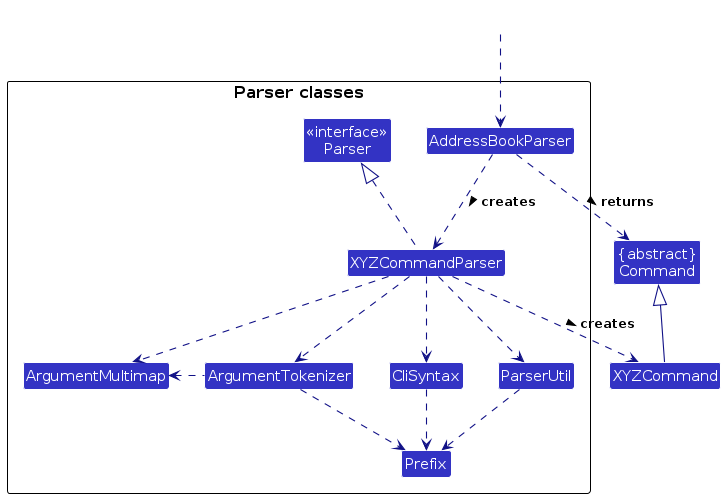
Earlier version of the PlantUML export diagrams/ParserClasses.png (RoeReRe/tp). Its source is kept beside it as diagrams/ParserClasses.puml. Its diagram source:
```plantuml
@startuml
!include style.puml
skinparam arrowThickness 1.1
skinparam arrowColor LOGIC_COLOR_T4
skinparam classBackgroundColor LOGIC_COLOR

Class "{abstract}\nCommand" as Command
Class XYZCommand

package "Parser classes"{
Class "<<interface>>\nParser" as Parser
Class AddressBookParser
Class XYZCommandParser
Class CliSyntax
Class ParserUtil
Class ArgumentMultimap
Class ArgumentTokenizer
Class Prefix
}

Class HiddenOutside #FFFFFF
HiddenOutside ..> AddressBookParser

AddressBookParser .down.> XYZCommandParser: creates >

XYZCommandParser ..> XYZCommand : creates >
AddressBookParser ..> Command : returns >
XYZCommandParser .up.|> Parser
XYZCommandParser ..> ArgumentMultimap
XYZCommandParser ..> ArgumentTokenizer
ArgumentTokenizer .left.> ArgumentMultimap
XYZCommandParser ..> CliSyntax
CliSyntax ..> Prefix
XYZCommandParser ..> ParserUtil
ParserUtil .down.> Prefix
ArgumentTokenizer .down.> Prefix
XYZCommand -up-|> Command
@enduml
```
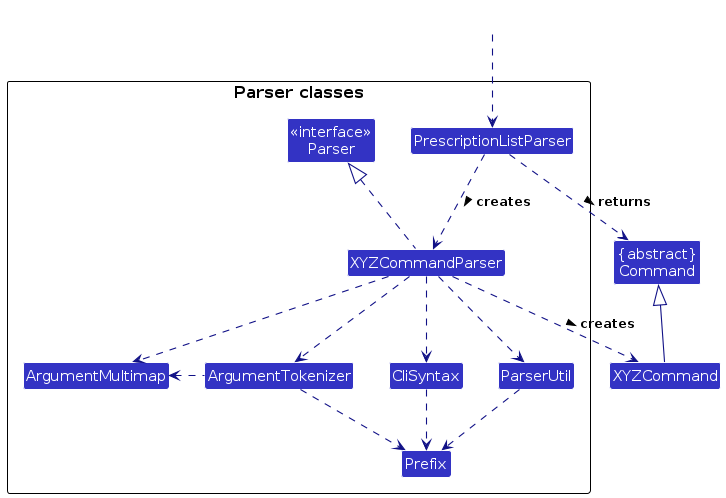
Above is the later version.

Diff of the diagram source:
```diff
@@ -9,7 +9,7 @@
 
 package "Parser classes"{
 Class "<<interface>>\nParser" as Parser
-Class AddressBookParser
+Class PrescriptionListParser
 Class XYZCommandParser
 Class CliSyntax
 Class ParserUtil
@@ -19,12 +19,12 @@
 }
 
 Class HiddenOutside #FFFFFF
-HiddenOutside ..> AddressBookParser
+HiddenOutside ..> PrescriptionListParser
 
-AddressBookParser .down.> XYZCommandParser: creates >
+PrescriptionListParser .down.> XYZCommandParser: creates >
 
 XYZCommandParser ..> XYZCommand : creates >
-AddressBookParser ..> Command : returns >
+PrescriptionListParser ..> Command : returns >
 XYZCommandParser .up.|> Parser
 XYZCommandParser ..> ArgumentMultimap
 XYZCommandParser ..> ArgumentTokenizer
```
